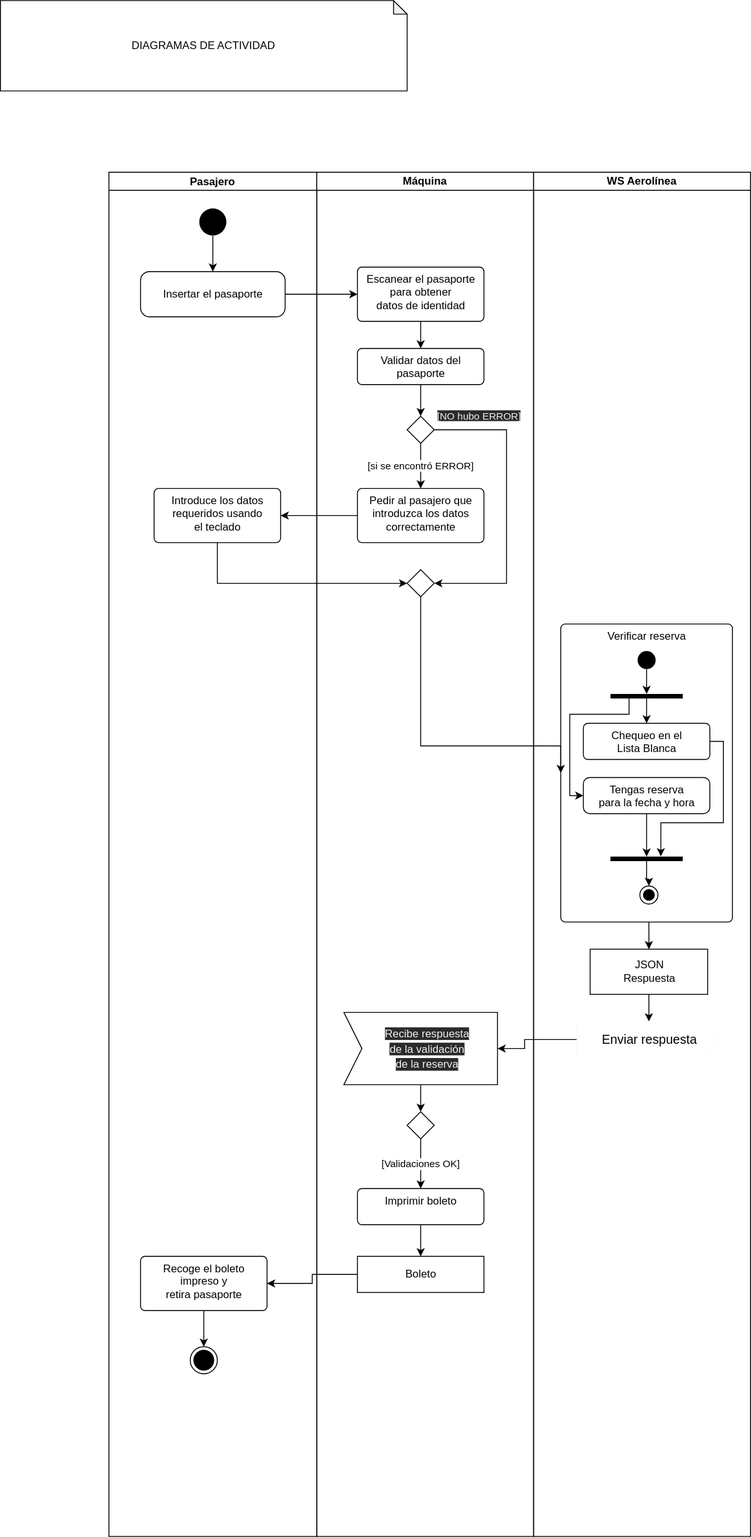
The draw.io diagram diagrams/activity-example.drawio.svg in leonardochang36/srsdoc, before a commit. Source tidied: cells renumbered, new cells last; positions are measured from the earlier drawing's top-left corner, leaving out a move shared by most shapes.
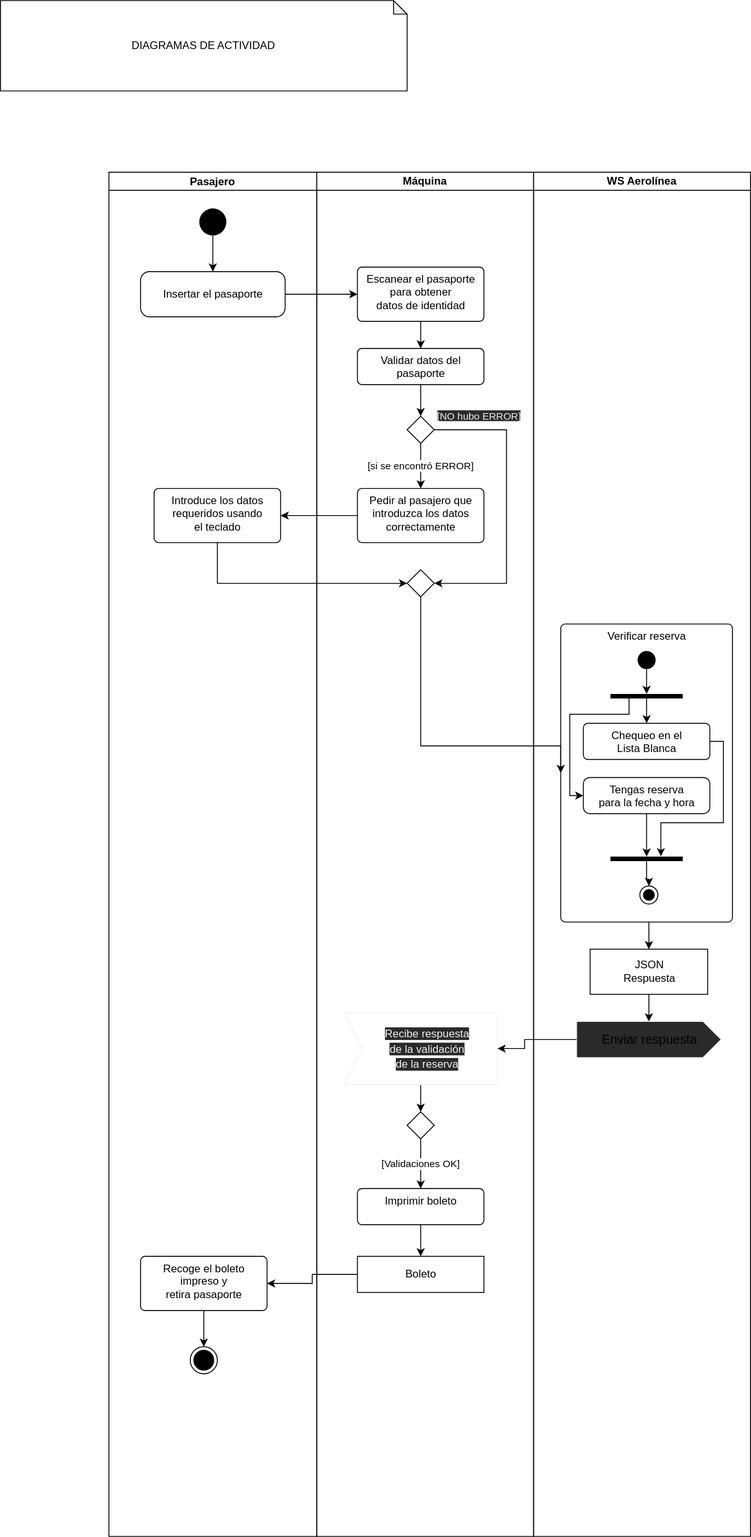
After the change.

Commit message:
update components fill

Diff of the diagram source:
```diff
@@ -87,7 +87,7 @@
     <mxCell id="27" value="Boleto" style="html=1;align=center;verticalAlign=middle;rounded=0;absoluteArcSize=1;arcSize=10;dashed=0;" parent="11" vertex="1">
       <mxGeometry x="45" y="1200" width="140" height="40" as="geometry" />
     </mxCell>
-    <mxCell id="28" value="&lt;meta charset=&quot;utf-8&quot;&gt;&lt;span style=&quot;color: rgb(240, 240, 240); font-family: helvetica; font-size: 12px; font-style: normal; font-weight: 400; letter-spacing: normal; text-align: center; text-indent: 0px; text-transform: none; word-spacing: 0px; background-color: rgb(42, 42, 42); display: inline; float: none;&quot;&gt;Recibe respuesta&lt;span&gt;&amp;nbsp;&lt;/span&gt;&lt;/span&gt;&lt;br style=&quot;color: rgb(240, 240, 240); font-family: helvetica; font-size: 12px; font-style: normal; font-weight: 400; letter-spacing: normal; text-align: center; text-indent: 0px; text-transform: none; word-spacing: 0px; background-color: rgb(42, 42, 42);&quot;&gt;&lt;span style=&quot;color: rgb(240, 240, 240); font-family: helvetica; font-size: 12px; font-style: normal; font-weight: 400; letter-spacing: normal; text-align: center; text-indent: 0px; text-transform: none; word-spacing: 0px; background-color: rgb(42, 42, 42); display: inline; float: none;&quot;&gt;de la validación&lt;/span&gt;&lt;br style=&quot;color: rgb(240, 240, 240); font-family: helvetica; font-size: 12px; font-style: normal; font-weight: 400; letter-spacing: normal; text-align: center; text-indent: 0px; text-transform: none; word-spacing: 0px; background-color: rgb(42, 42, 42);&quot;&gt;&lt;span style=&quot;color: rgb(240, 240, 240); font-family: helvetica; font-size: 12px; font-style: normal; font-weight: 400; letter-spacing: normal; text-align: center; text-indent: 0px; text-transform: none; word-spacing: 0px; background-color: rgb(42, 42, 42); display: inline; float: none;&quot;&gt;&amp;nbsp;de la reserva&amp;nbsp;&lt;/span&gt;" style="html=1;shape=mxgraph.infographic.ribbonSimple;notch1=20;notch2=0;align=center;verticalAlign=middle;fontSize=14;fontStyle=0;flipH=0;spacingRight=0;spacingLeft=14;fillColor=none;" parent="11" vertex="1">
+    <mxCell id="28" value="&lt;meta charset=&quot;utf-8&quot;&gt;&lt;span style=&quot;color: rgb(240, 240, 240); font-family: helvetica; font-size: 12px; font-style: normal; font-weight: 400; letter-spacing: normal; text-align: center; text-indent: 0px; text-transform: none; word-spacing: 0px; background-color: rgb(42, 42, 42); display: inline; float: none;&quot;&gt;Recibe respuesta&lt;span&gt;&amp;nbsp;&lt;/span&gt;&lt;/span&gt;&lt;br style=&quot;color: rgb(240, 240, 240); font-family: helvetica; font-size: 12px; font-style: normal; font-weight: 400; letter-spacing: normal; text-align: center; text-indent: 0px; text-transform: none; word-spacing: 0px; background-color: rgb(42, 42, 42);&quot;&gt;&lt;span style=&quot;color: rgb(240, 240, 240); font-family: helvetica; font-size: 12px; font-style: normal; font-weight: 400; letter-spacing: normal; text-align: center; text-indent: 0px; text-transform: none; word-spacing: 0px; background-color: rgb(42, 42, 42); display: inline; float: none;&quot;&gt;de la validación&lt;/span&gt;&lt;br style=&quot;color: rgb(240, 240, 240); font-family: helvetica; font-size: 12px; font-style: normal; font-weight: 400; letter-spacing: normal; text-align: center; text-indent: 0px; text-transform: none; word-spacing: 0px; background-color: rgb(42, 42, 42);&quot;&gt;&lt;span style=&quot;color: rgb(240, 240, 240); font-family: helvetica; font-size: 12px; font-style: normal; font-weight: 400; letter-spacing: normal; text-align: center; text-indent: 0px; text-transform: none; word-spacing: 0px; background-color: rgb(42, 42, 42); display: inline; float: none;&quot;&gt;&amp;nbsp;de la reserva&amp;nbsp;&lt;/span&gt;" style="html=1;shape=mxgraph.infographic.ribbonSimple;notch1=20;notch2=0;align=center;verticalAlign=middle;fontSize=14;fontStyle=0;flipH=0;spacingRight=0;spacingLeft=14;strokeColor=#F0F0F0;" parent="11" vertex="1">
       <mxGeometry x="30" y="930" width="170" height="80" as="geometry" />
     </mxCell>
     <mxCell id="29" style="edgeStyle=orthogonalEdgeStyle;rounded=0;jettySize=auto;html=1;entryX=0;entryY=0.5;entryDx=0;entryDy=0;" parent="1" edge="1" source="5" target="13">
@@ -166,7 +166,7 @@
     <mxCell id="48" value="JSON&lt;br&gt;Respuesta&amp;nbsp;" style="html=1;align=center;verticalAlign=middle;rounded=0;absoluteArcSize=1;arcSize=10;dashed=0;" parent="32" vertex="1">
       <mxGeometry x="62.5" y="860" width="130" height="50" as="geometry" />
     </mxCell>
-    <mxCell id="49" value="Enviar respuesta" style="html=1;shape=mxgraph.infographic.ribbonSimple;notch1=0;notch2=20;align=center;verticalAlign=middle;fontSize=14;fontStyle=0;fillColor=none;strokeColor=#FCFCFC;" parent="32" vertex="1">
+    <mxCell id="49" value="Enviar respuesta" style="html=1;shape=mxgraph.infographic.ribbonSimple;notch1=0;notch2=20;align=center;verticalAlign=middle;fontSize=14;fontStyle=0;strokeColor=#F0F0F0;fillColor=#2A2A2A;" parent="32" vertex="1">
       <mxGeometry x="47.5" y="940" width="160" height="40" as="geometry" />
     </mxCell>
     <mxCell id="50" style="edgeStyle=orthogonalEdgeStyle;rounded=0;jettySize=auto;html=1;entryX=0;entryY=0.5;entryDx=0;entryDy=0;" parent="1" edge="1" source="20" target="34">
```
